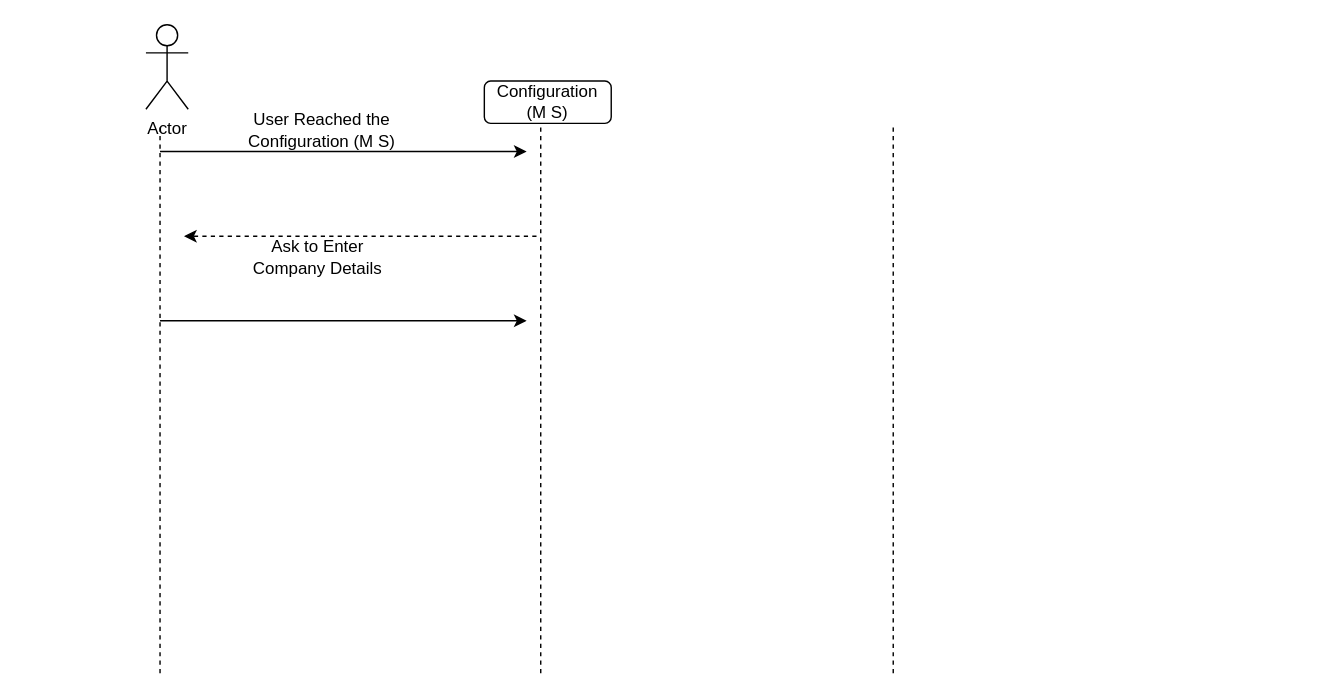
Earlier version of the draw.io diagram CONFIGURATION.drawio (kanhaiyaverma2022/groceryonline). Source tidied: cells renumbered, new cells numbered last; positions are measured from the earlier drawing's top-left corner, leaving out a move shared by most shapes. Both pictures are drawn from the tidied source at 141%, with x=0, y=0 at pixel (145, 24).
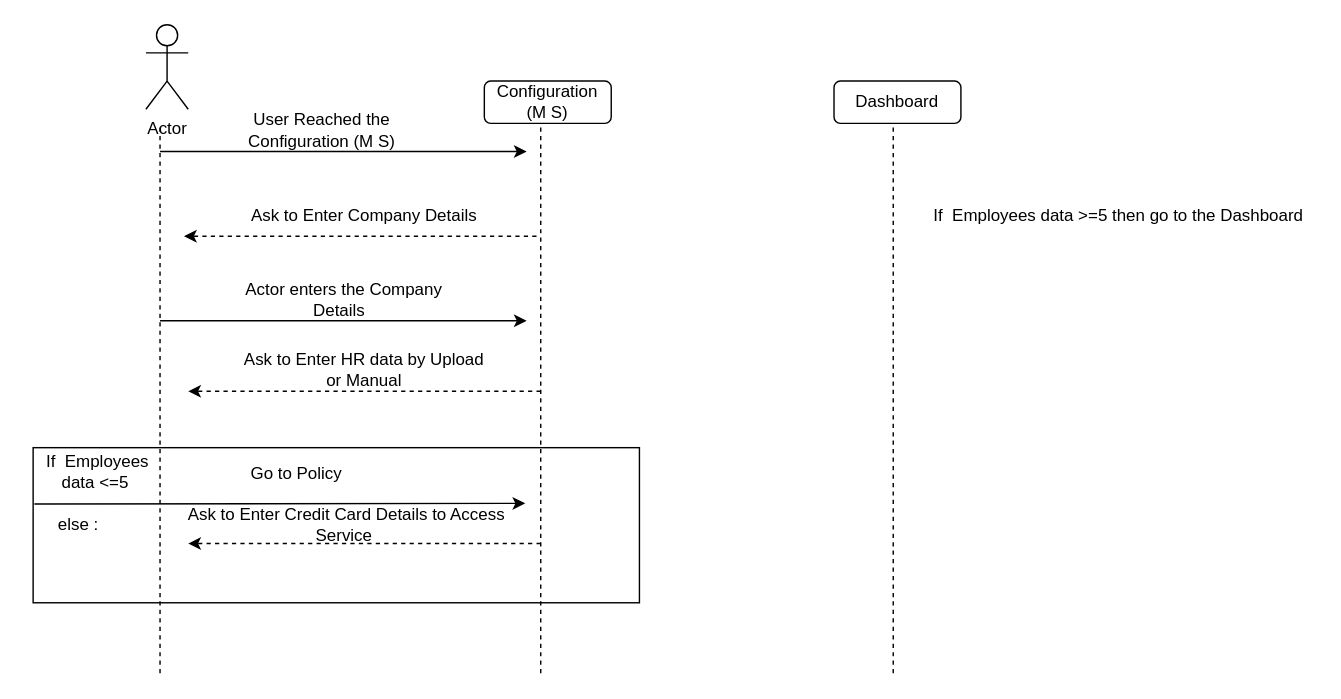
The same page after the edit.

Change to the diagram source:
```diff
@@
+    <mxCell id="12" style="rounded=0;whiteSpace=wrap;html=1;" parent="1" vertex="1">
+      <mxGeometry x="-80" y="300" width="430" height="110" as="geometry" />
+    </mxCell>
@@
     <mxCell id="9" value="Ask to Enter Company Details" style="text;html=1;strokeColor=none;fillColor=none;align=center;verticalAlign=middle;whiteSpace=wrap;rounded=0;" parent="1" vertex="1">
-      <mxGeometry x="67" y="150" width="110" height="30" as="geometry" />
+      <mxGeometry x="50" y="121" width="210" height="30" as="geometry" />
     </mxCell>
@@
+    <mxCell id="13" value="Dashboard" style="rounded=1;whiteSpace=wrap;html=1;" parent="1" vertex="1">
+      <mxGeometry x="488" y="40" width="90" height="30" as="geometry" />
+    </mxCell>
+    <mxCell id="14" value="&amp;nbsp;Actor enters the Company Details&amp;nbsp;" style="text;html=1;strokeColor=none;fillColor=none;align=center;verticalAlign=middle;whiteSpace=wrap;rounded=0;" parent="1" vertex="1">
+      <mxGeometry x="54" y="180" width="170" height="30" as="geometry" />
+    </mxCell>
+    <mxCell id="15" style="endArrow=classic;html=1;rounded=0;dashed=1;" parent="1" edge="1">
+      <mxGeometry relative="1" as="geometry">
+        <mxPoint x="280" y="260" as="sourcePoint" />
+        <mxPoint x="30" y="260" as="targetPoint" />
+      </mxGeometry>
+    </mxCell>
+    <mxCell id="16" value="Ask to Enter HR data by Upload or Manual" style="text;html=1;strokeColor=none;fillColor=none;align=center;verticalAlign=middle;whiteSpace=wrap;rounded=0;" parent="1" vertex="1">
+      <mxGeometry x="65" y="230" width="180" height="30" as="geometry" />
+    </mxCell>
+    <mxCell id="17" style="endArrow=classic;html=1;rounded=0;exitX=0.002;exitY=0.363;exitDx=0;exitDy=0;exitPerimeter=0;" parent="1" edge="1" source="12">
+      <mxGeometry relative="1" as="geometry">
+        <mxPoint x="269" y="339.5" as="targetPoint" />
+      </mxGeometry>
+    </mxCell>
+    <mxCell id="18" value="If&amp;nbsp; Employees data &amp;gt;=5 then go to the Dashboard" style="text;html=1;strokeColor=none;fillColor=none;align=center;verticalAlign=middle;whiteSpace=wrap;rounded=0;" parent="1" vertex="1">
+      <mxGeometry x="550" y="131" width="280" height="10" as="geometry" />
+    </mxCell>
+    <mxCell id="19" value="If&amp;nbsp; Employees data &amp;lt;=5&amp;nbsp;" style="text;html=1;strokeColor=none;fillColor=none;align=center;verticalAlign=middle;whiteSpace=wrap;rounded=0;" parent="1" vertex="1">
+      <mxGeometry x="-76" y="304" width="84" height="26" as="geometry" />
+    </mxCell>
+    <mxCell id="20" value="Go to Policy" style="text;html=1;strokeColor=none;fillColor=none;align=center;verticalAlign=middle;whiteSpace=wrap;rounded=0;" parent="1" vertex="1">
+      <mxGeometry x="54" y="304" width="106" height="30" as="geometry" />
+    </mxCell>
+    <mxCell id="21" value="else :&amp;nbsp;" style="text;html=1;strokeColor=none;fillColor=none;align=center;verticalAlign=middle;whiteSpace=wrap;rounded=0;" parent="1" vertex="1">
+      <mxGeometry x="-76" y="340" width="60" height="30" as="geometry" />
+    </mxCell>
+    <mxCell id="22" style="endArrow=classic;html=1;rounded=0;dashed=1;" parent="1" edge="1">
+      <mxGeometry relative="1" as="geometry">
+        <mxPoint x="280" y="368" as="sourcePoint" />
+        <mxPoint x="30" y="368" as="targetPoint" />
+      </mxGeometry>
+    </mxCell>
+    <mxCell id="23" value="Ask to Enter Credit Card Details to Access Service&amp;nbsp;" style="text;html=1;strokeColor=none;fillColor=none;align=center;verticalAlign=middle;whiteSpace=wrap;rounded=0;" parent="1" vertex="1">
+      <mxGeometry x="10" y="345" width="265" height="20" as="geometry" />
+    </mxCell>
```
